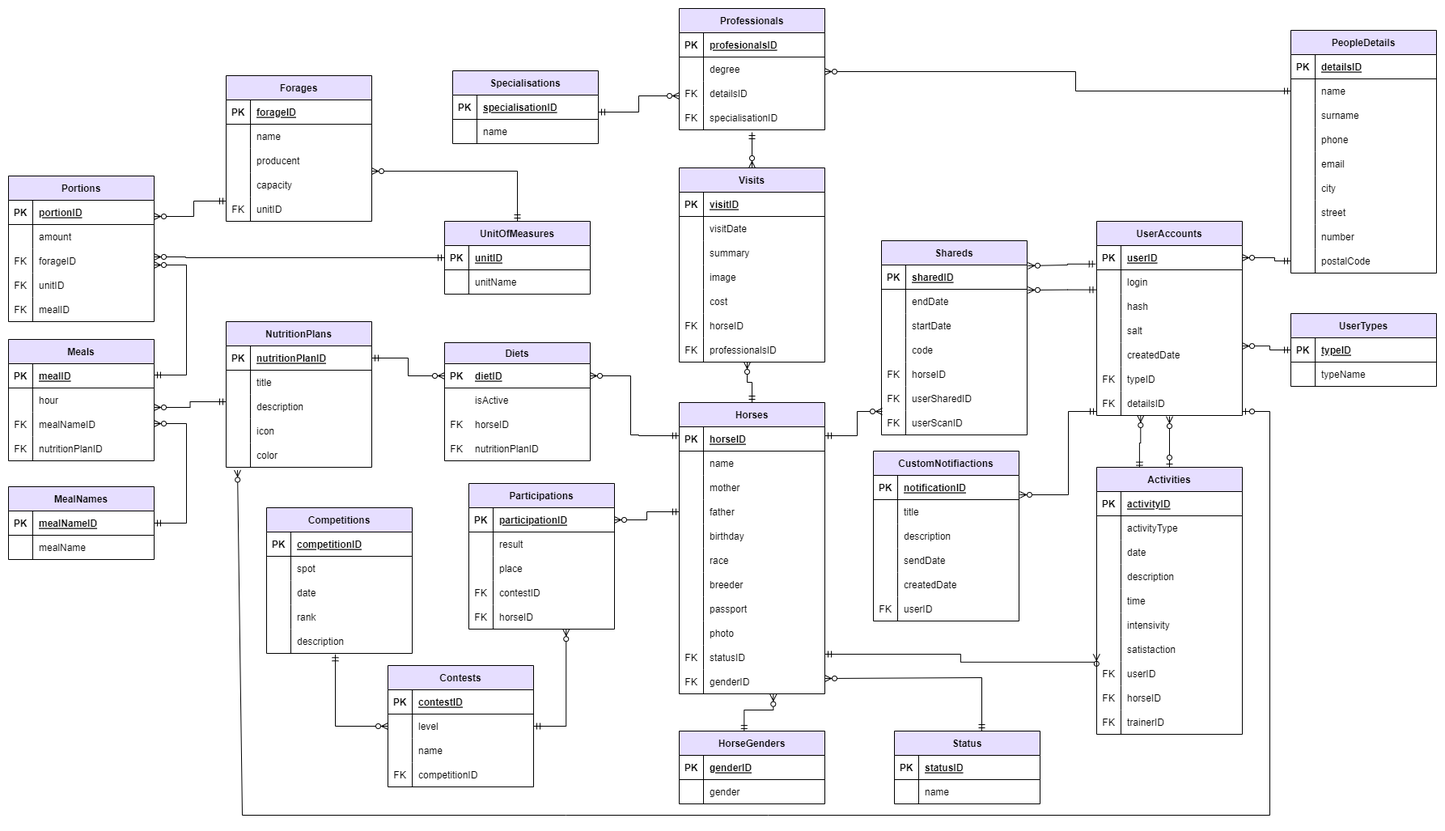
The draw.io diagram Writing/DiagramLogiczny.png in NSzymczak/HorseTracking, before a commit. Source tidied: cells renumbered, new cells last; positions are measured from the earlier drawing's top-left corner, leaving out a move shared by most shapes.
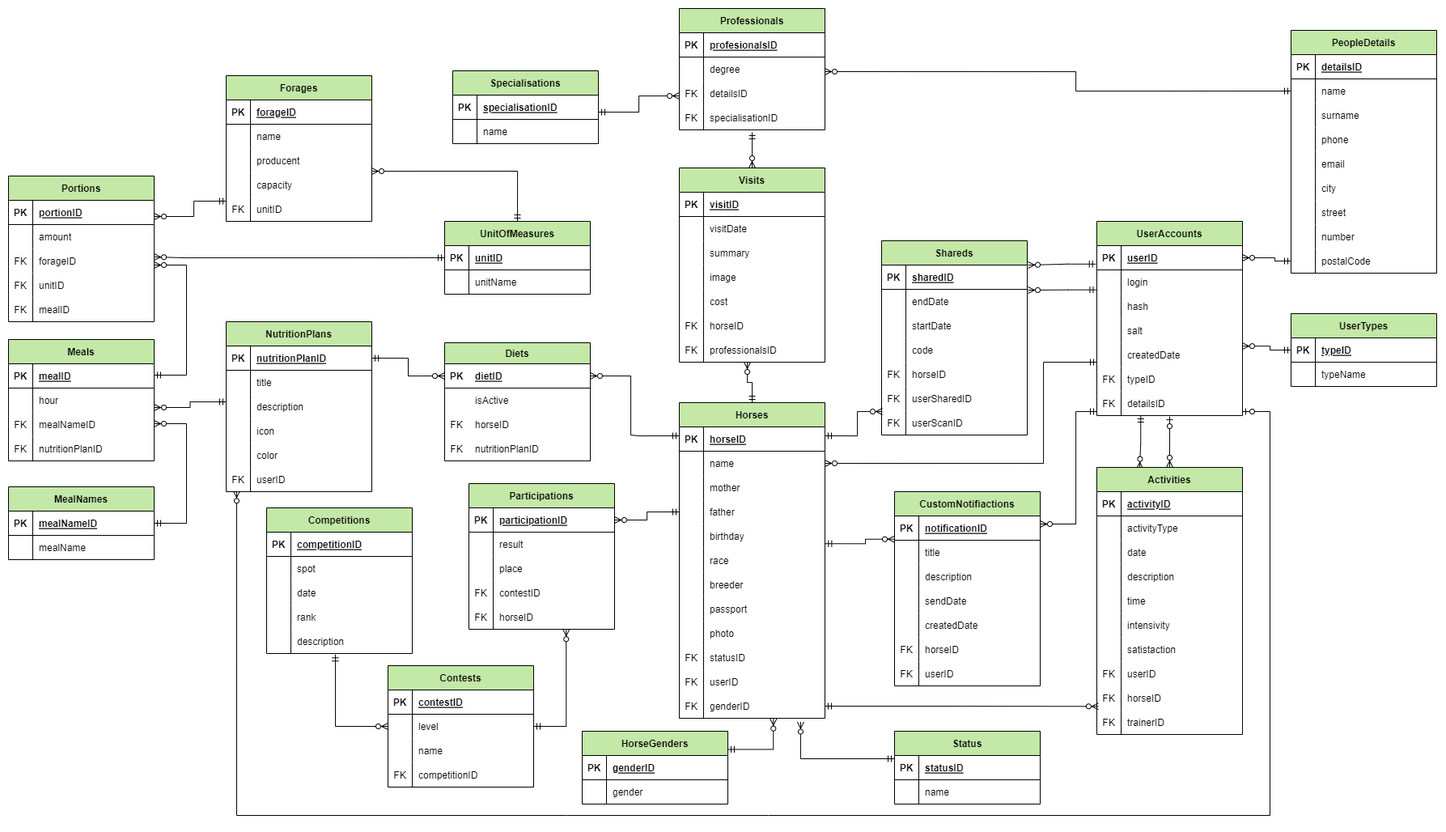
The same file after the commit.

Diff of the diagram source:
```diff
@@ -4,3 +4,3 @@
     <mxCell id="1" parent="0" />
-    <mxCell id="2" value="Diets" style="swimlane;fontStyle=1;align=center;verticalAlign=top;horizontal=1;startSize=26;rounded=0;shadow=0;strokeWidth=1;separatorColor=#000000;separatorStrokeWidth=1;swimlaneFillColor=#FFFFFF;fillColor=#E6DEFF;" parent="1" vertex="1">
+    <mxCell id="2" value="Diets" style="swimlane;fontStyle=1;align=center;verticalAlign=top;horizontal=1;startSize=26;rounded=0;shadow=0;strokeWidth=1;separatorColor=#000000;separatorStrokeWidth=1;swimlaneFillColor=#FFFFFF;fillColor=#C3E8A7;" parent="1" vertex="1">
       <mxGeometry x="539" y="413" width="180" height="146" as="geometry" />
@@ -109,7 +109,6 @@
     </mxCell>
-    <mxCell id="24" style="edgeStyle=orthogonalEdgeStyle;fontSize=12;html=1;endArrow=ERzeroToMany;startArrow=ERmandOne;rounded=0;entryX=0.646;entryY=1.021;entryDx=0;entryDy=0;exitX=0.446;exitY=0.012;exitDx=0;exitDy=0;entryPerimeter=0;exitPerimeter=0;" parent="1" edge="1" source="87" target="378">
+    <mxCell id="24" style="edgeStyle=orthogonalEdgeStyle;fontSize=12;html=1;endArrow=ERzeroToMany;startArrow=ERmandOne;rounded=0;entryX=0.646;entryY=1.021;entryDx=0;entryDy=0;exitX=1;exitY=0.25;exitDx=0;exitDy=0;entryPerimeter=0;" parent="1" edge="1" source="87" target="378">
       <mxGeometry relative="1" as="geometry">
         <Array as="points">
-          <mxPoint x="909" y="867" />
-          <mxPoint x="945" y="867" />
+          <mxPoint x="945" y="916" />
         </Array>
@@ -127,8 +126,6 @@
     </mxCell>
-    <mxCell id="26" style="edgeStyle=orthogonalEdgeStyle;fontSize=12;html=1;endArrow=ERzeroToMany;startArrow=ERmandOne;rounded=0;entryX=1;entryY=0.5;entryDx=0;entryDy=0;" parent="1" edge="1" source="94">
+    <mxCell id="26" style="edgeStyle=orthogonalEdgeStyle;fontSize=12;html=1;endArrow=ERzeroToMany;startArrow=ERmandOne;rounded=0;entryX=0.833;entryY=1.151;entryDx=0;entryDy=0;entryPerimeter=0;" parent="1" edge="1" source="94" target="378">
       <mxGeometry relative="1" as="geometry">
-        <mxPoint x="1009" y="828" as="targetPoint" />
         <Array as="points">
-          <mxPoint x="1203" y="827" />
-          <mxPoint x="1009" y="827" />
+          <mxPoint x="979" y="927" />
         </Array>
@@ -136,7 +133,4 @@
     </mxCell>
-    <mxCell id="27" style="edgeStyle=orthogonalEdgeStyle;fontSize=12;html=1;endArrow=ERzeroToMany;startArrow=ERmandOne;rounded=0;exitX=1;exitY=0.5;exitDx=0;exitDy=0;entryX=-0.001;entryY=0.827;entryDx=0;entryDy=0;entryPerimeter=0;" parent="1" edge="1">
-      <mxGeometry relative="1" as="geometry">
-        <mxPoint x="1009" y="798" as="sourcePoint" />
-        <mxPoint x="1344.8" y="797.8" as="targetPoint" />
-      </mxGeometry>
+    <mxCell id="27" style="edgeStyle=orthogonalEdgeStyle;fontSize=12;html=1;endArrow=ERzeroToMany;startArrow=ERmandOne;rounded=0;exitX=1;exitY=0.5;exitDx=0;exitDy=0;entryX=0.01;entryY=0.844;entryDx=0;entryDy=0;entryPerimeter=0;" parent="1" edge="1" source="378" target="205">
+      <mxGeometry relative="1" as="geometry" />
     </mxCell>
@@ -152,9 +146,8 @@
     </mxCell>
-    <mxCell id="29" style="edgeStyle=orthogonalEdgeStyle;fontSize=12;html=1;endArrow=ERzeroToMany;startArrow=ERmandOne;rounded=0;entryX=1;entryY=0.5;entryDx=0;entryDy=0;exitX=0;exitY=0.5;exitDx=0;exitDy=0;" parent="1" edge="1">
+    <mxCell id="29" style="edgeStyle=orthogonalEdgeStyle;fontSize=12;html=1;endArrow=ERzeroToMany;startArrow=ERmandOne;rounded=0;exitX=0;exitY=0.5;exitDx=0;exitDy=0;" parent="1" edge="1" target="212">
       <mxGeometry relative="1" as="geometry">
         <mxPoint x="1345" y="498" as="sourcePoint" />
-        <mxPoint x="1250" y="601" as="targetPoint" />
         <Array as="points">
-          <mxPoint x="1310" y="498" />
-          <mxPoint x="1310" y="601" />
+          <mxPoint x="1319" y="498" />
+          <mxPoint x="1319" y="637" />
         </Array>
@@ -164,7 +157,7 @@
       <mxGeometry relative="1" as="geometry">
-        <mxPoint x="1397.9" y="568.6" as="sourcePoint" />
-        <mxPoint x="1399.3" y="503" as="targetPoint" />
+        <mxPoint x="1399.3" y="503" as="sourcePoint" />
+        <mxPoint x="1397.9" y="568.6" as="targetPoint" />
         <Array as="points">
+          <mxPoint x="1399" y="537" />
           <mxPoint x="1398" y="537" />
-          <mxPoint x="1399" y="537" />
         </Array>
@@ -247,8 +240,3 @@
     </mxCell>
-    <mxCell id="40" style="fontSize=12;html=1;endArrow=ERzeroToMany;startArrow=ERzeroToOne;rounded=0;exitX=0.5;exitY=0;exitDx=0;exitDy=0;entryX=0.5;entryY=1.037;entryDx=0;entryDy=0;entryPerimeter=0;" parent="1" edge="1" target="155">
-      <mxGeometry relative="1" as="geometry">
-        <mxPoint x="1435" y="567" as="sourcePoint" />
-      </mxGeometry>
-    </mxCell>
-    <mxCell id="41" style="fontSize=12;html=1;endArrow=ERzeroToMany;startArrow=ERzeroToOne;rounded=0;exitX=1;exitY=0.5;exitDx=0;exitDy=0;entryX=0.078;entryY=1.115;entryDx=0;entryDy=0;entryPerimeter=0;" parent="1" edge="1" target="322">
+    <mxCell id="41" style="fontSize=12;html=1;endArrow=ERzeroToMany;startArrow=ERzeroToOne;rounded=0;exitX=1;exitY=0.5;exitDx=0;exitDy=0;entryX=0.072;entryY=0.979;entryDx=0;entryDy=0;entryPerimeter=0;" parent="1" edge="1" target="385">
       <mxGeometry relative="1" as="geometry">
@@ -260,3 +248,3 @@
           <mxPoint x="689" y="997" />
-          <mxPoint x="289" y="997" />
+          <mxPoint x="282" y="997" />
         </Array>
@@ -264,3 +252,3 @@
     </mxCell>
-    <mxCell id="42" value="Contests" style="shape=table;startSize=30;rowLines=0;fontStyle=1;align=center;fillColor=#e6deff;" parent="1" vertex="1">
+    <mxCell id="42" value="Contests" style="shape=table;startSize=30;rowLines=0;fontStyle=1;align=center;fillColor=#C3E8A7;" parent="1" vertex="1">
       <mxGeometry x="469" y="812" width="180" height="150" as="geometry" />
@@ -303,3 +291,3 @@
     </mxCell>
-    <mxCell id="55" value="Competitions" style="shape=table;startSize=30;rowLines=0;fontStyle=1;align=center;fillColor=#e6deff;" parent="1" vertex="1">
+    <mxCell id="55" value="Competitions" style="shape=table;startSize=30;rowLines=0;fontStyle=1;align=center;fillColor=#C3E8A7;" parent="1" vertex="1">
       <mxGeometry x="319" y="617" width="180" height="180" as="geometry" />
@@ -351,3 +339,3 @@
     </mxCell>
-    <mxCell id="71" value="Participations" style="shape=table;startSize=30;rowLines=0;fontStyle=1;align=center;fillColor=#e6deff;" parent="1" vertex="1">
+    <mxCell id="71" value="Participations" style="shape=table;startSize=30;rowLines=0;fontStyle=1;align=center;fillColor=#C3E8A7;" parent="1" vertex="1">
       <mxGeometry x="569" y="587" width="180" height="180" as="geometry" />
@@ -399,4 +387,4 @@
     </mxCell>
-    <mxCell id="87" value="HorseGenders" style="shape=table;startSize=30;rowLines=0;fontStyle=1;align=center;fillColor=#e6deff;" parent="1" vertex="1">
-      <mxGeometry x="829" y="893" width="180" height="90" as="geometry" />
+    <mxCell id="87" value="HorseGenders" style="shape=table;startSize=30;rowLines=0;fontStyle=1;align=center;fillColor=#C3E8A7;" parent="1" vertex="1">
+      <mxGeometry x="709" y="893" width="180" height="90" as="geometry" />
     </mxCell>
@@ -420,3 +408,3 @@
     </mxCell>
-    <mxCell id="94" value="Status" style="shape=table;startSize=30;rowLines=0;fontStyle=1;align=center;fillColor=#e6deff;" parent="1" vertex="1">
+    <mxCell id="94" value="Status" style="shape=table;startSize=30;rowLines=0;fontStyle=1;align=center;fillColor=#C3E8A7;" parent="1" vertex="1">
       <mxGeometry x="1095" y="893" width="180" height="90" as="geometry" />
@@ -441,3 +429,3 @@
     </mxCell>
-    <mxCell id="101" value="PeopleDetails" style="shape=table;startSize=30;rowLines=0;fontStyle=1;align=center;fillColor=#e6deff;" parent="1" vertex="1">
+    <mxCell id="101" value="PeopleDetails" style="shape=table;startSize=30;rowLines=0;fontStyle=1;align=center;fillColor=#C3E8A7;" parent="1" vertex="1">
       <mxGeometry x="1585" y="27" width="180" height="300" as="geometry" />
@@ -525,3 +513,3 @@
     </mxCell>
-    <mxCell id="129" value="UserTypes" style="shape=table;startSize=30;rowLines=0;fontStyle=1;align=center;fillColor=#e6deff;" parent="1" vertex="1">
+    <mxCell id="129" value="UserTypes" style="shape=table;startSize=30;rowLines=0;fontStyle=1;align=center;fillColor=#C3E8A7;" parent="1" vertex="1">
       <mxGeometry x="1585" y="377" width="180" height="90" as="geometry" />
@@ -546,3 +534,3 @@
     </mxCell>
-    <mxCell id="136" value="UserAccounts" style="shape=table;startSize=30;rowLines=0;fontStyle=1;align=center;fillColor=#e6deff;" parent="1" vertex="1">
+    <mxCell id="136" value="UserAccounts" style="shape=table;startSize=30;rowLines=0;fontStyle=1;align=center;fillColor=#C3E8A7;" parent="1" vertex="1">
       <mxGeometry x="1345" y="263" width="180" height="240" as="geometry" />
@@ -612,3 +600,8 @@
     </mxCell>
+    <mxCell id="40" style="fontSize=12;html=1;endArrow=ERzeroToMany;startArrow=ERzeroToOne;rounded=0;exitX=0.5;exitY=1.037;exitDx=0;exitDy=0;entryX=0.5;entryY=1.037;entryDx=0;entryDy=0;entryPerimeter=0;exitPerimeter=0;" parent="136" edge="1" source="155">
+      <mxGeometry relative="1" as="geometry">
+        <mxPoint x="90" y="304" as="targetPoint" />
+      </mxGeometry>
+    </mxCell>
-    <mxCell id="158" value="Shareds" style="shape=table;startSize=30;rowLines=0;fontStyle=1;align=center;fillColor=#e6deff;" parent="1" vertex="1">
+    <mxCell id="158" value="Shareds" style="shape=table;startSize=30;rowLines=0;fontStyle=1;align=center;fillColor=#C3E8A7;" parent="1" vertex="1">
       <mxGeometry x="1079" y="287" width="180" height="240" as="geometry" />
@@ -678,3 +671,3 @@
     </mxCell>
-    <mxCell id="180" value="Activities" style="shape=table;startSize=30;rowLines=0;fontStyle=1;align=center;fillColor=#e6deff;" parent="1" vertex="1">
+    <mxCell id="180" value="Activities" style="shape=table;startSize=30;rowLines=0;fontStyle=1;align=center;fillColor=#C3E8A7;" parent="1" vertex="1">
       <mxGeometry x="1345" y="567" width="180" height="330" as="geometry" />
@@ -771,4 +764,4 @@
     </mxCell>
-    <mxCell id="211" value="CustomNotifiactions" style="shape=table;startSize=30;rowLines=0;fontStyle=1;align=center;fillColor=#e6deff;" parent="1" vertex="1">
-      <mxGeometry x="1069" y="547" width="180" height="210" as="geometry" />
+    <mxCell id="211" value="CustomNotifiactions" style="shape=table;startSize=30;rowLines=0;fontStyle=1;align=center;fillColor=#C3E8A7;" parent="1" vertex="1">
+      <mxGeometry x="1095" y="597" width="180" height="240" as="geometry" />
     </mxCell>
@@ -819,4 +812,13 @@
     </mxCell>
+    <mxCell id="382" style="shape=tableRow;horizontal=0;startSize=0;swimlaneHead=0;swimlaneBody=0;fillColor=none;top=0;left=0;right=0;bottom=0;" parent="211" vertex="1">
+      <mxGeometry y="180" width="180" height="30" as="geometry" />
+    </mxCell>
+    <mxCell id="383" value="FK" style="shape=partialRectangle;fillColor=none;top=0;left=0;bottom=0;right=0;fontStyle=0;overflow=hidden;" parent="382" vertex="1">
+      <mxGeometry width="30" height="30" as="geometry" />
+    </mxCell>
+    <mxCell id="384" value="horseID" style="shape=partialRectangle;fillColor=none;top=0;left=0;bottom=0;right=0;align=left;spacingLeft=6;fontStyle=0;overflow=hidden;" parent="382" vertex="1">
+      <mxGeometry x="30" width="150" height="30" as="geometry" />
+    </mxCell>
     <mxCell id="227" style="shape=tableRow;horizontal=0;startSize=0;swimlaneHead=0;swimlaneBody=0;fillColor=none;top=0;left=0;right=0;bottom=0;" parent="211" vertex="1">
-      <mxGeometry y="180" width="180" height="30" as="geometry" />
+      <mxGeometry y="210" width="180" height="30" as="geometry" />
     </mxCell>
@@ -828,3 +830,3 @@
     </mxCell>
-    <mxCell id="230" value="Professionals" style="shape=table;startSize=30;rowLines=0;fontStyle=1;align=center;fillColor=#e6deff;" parent="1" vertex="1">
+    <mxCell id="230" value="Professionals" style="shape=table;startSize=30;rowLines=0;fontStyle=1;align=center;fillColor=#C3E8A7;" parent="1" vertex="1">
       <mxGeometry x="829" width="180" height="150" as="geometry" />
@@ -867,3 +869,3 @@
     </mxCell>
-    <mxCell id="243" value="Specialisations" style="shape=table;startSize=30;rowLines=0;fontStyle=1;align=center;fillColor=#e6deff;" parent="1" vertex="1">
+    <mxCell id="243" value="Specialisations" style="shape=table;startSize=30;rowLines=0;fontStyle=1;align=center;fillColor=#C3E8A7;" parent="1" vertex="1">
       <mxGeometry x="549" y="77" width="180" height="90" as="geometry" />
@@ -888,3 +890,3 @@
     </mxCell>
-    <mxCell id="250" value="UnitOfMeasures" style="shape=table;startSize=30;rowLines=0;fontStyle=1;align=center;fillColor=#e6deff;" parent="1" vertex="1">
+    <mxCell id="250" value="UnitOfMeasures" style="shape=table;startSize=30;rowLines=0;fontStyle=1;align=center;fillColor=#C3E8A7;" parent="1" vertex="1">
       <mxGeometry x="539" y="263" width="180" height="90" as="geometry" />
@@ -909,3 +911,3 @@
     </mxCell>
-    <mxCell id="257" value="Forages" style="shape=table;startSize=30;rowLines=0;fontStyle=1;align=center;fillColor=#e6deff;" parent="1" vertex="1">
+    <mxCell id="257" value="Forages" style="shape=table;startSize=30;rowLines=0;fontStyle=1;align=center;fillColor=#C3E8A7;" parent="1" vertex="1">
       <mxGeometry x="269" y="83" width="180" height="180" as="geometry" />
@@ -957,3 +959,3 @@
     </mxCell>
-    <mxCell id="273" value="Portions" style="shape=table;startSize=30;rowLines=0;fontStyle=1;align=center;fillColor=#e6deff;" parent="1" vertex="1">
+    <mxCell id="273" value="Portions" style="shape=table;startSize=30;rowLines=0;fontStyle=1;align=center;fillColor=#C3E8A7;" parent="1" vertex="1">
       <mxGeometry y="207" width="180" height="180" as="geometry" />
@@ -1005,3 +1007,3 @@
     </mxCell>
-    <mxCell id="289" value="Meals" style="shape=table;startSize=30;rowLines=0;fontStyle=1;align=center;fillColor=#e6deff;" parent="1" vertex="1">
+    <mxCell id="289" value="Meals" style="shape=table;startSize=30;rowLines=0;fontStyle=1;align=center;fillColor=#C3E8A7;" parent="1" vertex="1">
       <mxGeometry y="409" width="180" height="150" as="geometry" />
@@ -1044,3 +1046,3 @@
     </mxCell>
-    <mxCell id="302" value="MealNames" style="shape=table;startSize=30;rowLines=0;fontStyle=1;align=center;fillColor=#e6deff;" parent="1" vertex="1">
+    <mxCell id="302" value="MealNames" style="shape=table;startSize=30;rowLines=0;fontStyle=1;align=center;fillColor=#C3E8A7;" parent="1" vertex="1">
       <mxGeometry y="591" width="180" height="90" as="geometry" />
@@ -1065,4 +1067,4 @@
     </mxCell>
-    <mxCell id="309" value="NutritionPlans" style="shape=table;startSize=30;rowLines=0;fontStyle=1;align=center;fillColor=#e6deff;" parent="1" vertex="1">
-      <mxGeometry x="269" y="387" width="180" height="180" as="geometry" />
+    <mxCell id="309" value="NutritionPlans" style="shape=table;startSize=30;rowLines=0;fontStyle=1;align=center;fillColor=#C3E8A7;" parent="1" vertex="1">
+      <mxGeometry x="269" y="387" width="180" height="210" as="geometry" />
     </mxCell>
@@ -1113,3 +1115,12 @@
     </mxCell>
+    <mxCell id="385" style="shape=tableRow;horizontal=0;startSize=0;swimlaneHead=0;swimlaneBody=0;fillColor=none;points=[[0,0.5],[1,0.5]];portConstraint=eastwest;top=0;left=0;right=0;bottom=0;" parent="309" vertex="1">
+      <mxGeometry y="180" width="180" height="30" as="geometry" />
+    </mxCell>
+    <mxCell id="386" value="FK" style="shape=partialRectangle;fillColor=none;top=0;left=0;bottom=0;right=0;fontStyle=0;overflow=hidden;" parent="385" vertex="1">
+      <mxGeometry width="30" height="30" as="geometry" />
+    </mxCell>
+    <mxCell id="387" value="userID" style="shape=partialRectangle;fillColor=none;top=0;left=0;bottom=0;right=0;align=left;spacingLeft=6;fontStyle=0;overflow=hidden;" parent="385" vertex="1">
+      <mxGeometry x="30" width="150" height="30" as="geometry" />
+    </mxCell>
-    <mxCell id="325" value="Visits" style="shape=table;startSize=30;rowLines=0;fontStyle=1;align=center;fillColor=#e6deff;" parent="1" vertex="1">
+    <mxCell id="325" value="Visits" style="shape=table;startSize=30;rowLines=0;fontStyle=1;align=center;fillColor=#C3E8A7;" parent="1" vertex="1">
       <mxGeometry x="829" y="197" width="180" height="240" as="geometry" />
@@ -1179,4 +1190,4 @@
     </mxCell>
-    <mxCell id="347" value="Horses" style="shape=table;startSize=30;rowLines=0;fontStyle=1;align=center;fillColor=#e6deff;" parent="1" vertex="1">
-      <mxGeometry x="829" y="487" width="180" height="360" as="geometry" />
+    <mxCell id="347" value="Horses" style="shape=table;startSize=30;rowLines=0;fontStyle=1;align=center;fillColor=#C3E8A7;" parent="1" vertex="1">
+      <mxGeometry x="829" y="487" width="180" height="390" as="geometry" />
     </mxCell>
@@ -1272,4 +1283,13 @@
     </mxCell>
+    <mxCell id="388" style="shape=tableRow;horizontal=0;startSize=0;swimlaneHead=0;swimlaneBody=0;fillColor=none;top=0;left=0;right=0;bottom=0;" parent="347" vertex="1">
+      <mxGeometry y="330" width="180" height="30" as="geometry" />
+    </mxCell>
+    <mxCell id="389" value="FK" style="shape=partialRectangle;fillColor=none;top=0;left=0;bottom=0;right=0;fontStyle=0;overflow=hidden;" parent="388" vertex="1">
+      <mxGeometry width="30" height="30" as="geometry" />
+    </mxCell>
+    <mxCell id="390" value="userID" style="shape=partialRectangle;fillColor=none;top=0;left=0;bottom=0;right=0;align=left;spacingLeft=6;fontStyle=0;overflow=hidden;" parent="388" vertex="1">
+      <mxGeometry x="30" width="150" height="30" as="geometry" />
+    </mxCell>
     <mxCell id="378" style="shape=tableRow;horizontal=0;startSize=0;swimlaneHead=0;swimlaneBody=0;fillColor=none;points=[[0,0.5],[1,0.5]];portConstraint=eastwest;top=0;left=0;right=0;bottom=0;" parent="347" vertex="1">
-      <mxGeometry y="330" width="180" height="30" as="geometry" />
+      <mxGeometry y="360" width="180" height="30" as="geometry" />
     </mxCell>
@@ -1284,2 +1304,19 @@
     </mxCell>
+    <mxCell id="391" style="edgeStyle=orthogonalEdgeStyle;fontSize=12;html=1;endArrow=ERzeroToMany;startArrow=ERmandOne;rounded=0;exitX=0;exitY=0.5;exitDx=0;exitDy=0;entryX=1;entryY=0.5;entryDx=0;entryDy=0;" parent="1" edge="1" target="351">
+      <mxGeometry relative="1" as="geometry">
+        <mxPoint x="1345" y="437" as="sourcePoint" />
+        <Array as="points">
+          <mxPoint x="1279" y="437" />
+          <mxPoint x="1279" y="562" />
+        </Array>
+      </mxGeometry>
+    </mxCell>
+    <mxCell id="392" style="edgeStyle=orthogonalEdgeStyle;fontSize=12;html=1;endArrow=ERzeroToMany;startArrow=ERmandOne;rounded=0;exitX=1.002;exitY=0.809;exitDx=0;exitDy=0;entryX=0;entryY=-0.044;entryDx=0;entryDy=0;entryPerimeter=0;exitPerimeter=0;" parent="1" edge="1" source="360" target="215">
+      <mxGeometry relative="1" as="geometry">
+        <Array as="points">
+          <mxPoint x="1059" y="661" />
+          <mxPoint x="1059" y="656" />
+        </Array>
+      </mxGeometry>
+    </mxCell>
   </root>
```
